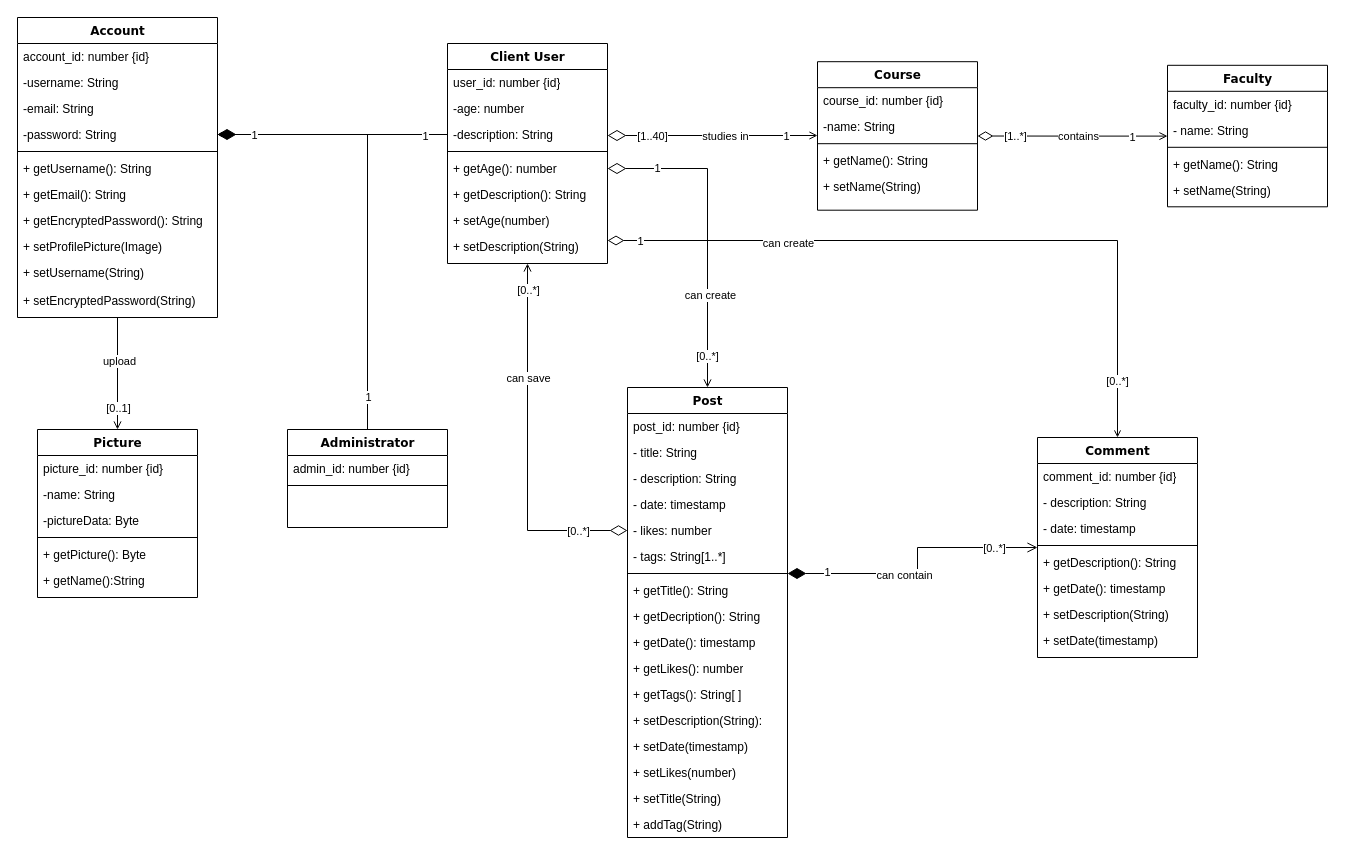
Above: docs/diagrams/crc_diagram.drawio in SE-TINF22B6/DHBWhub (draw.io), before the change. Source tidied: cells renumbered, new cells numbered last; positions are measured from the earlier drawing's top-left corner, leaving out a move shared by most shapes. Both pictures are drawn from the tidied source at 100%, with x=0, y=0 at pixel (17, 17).
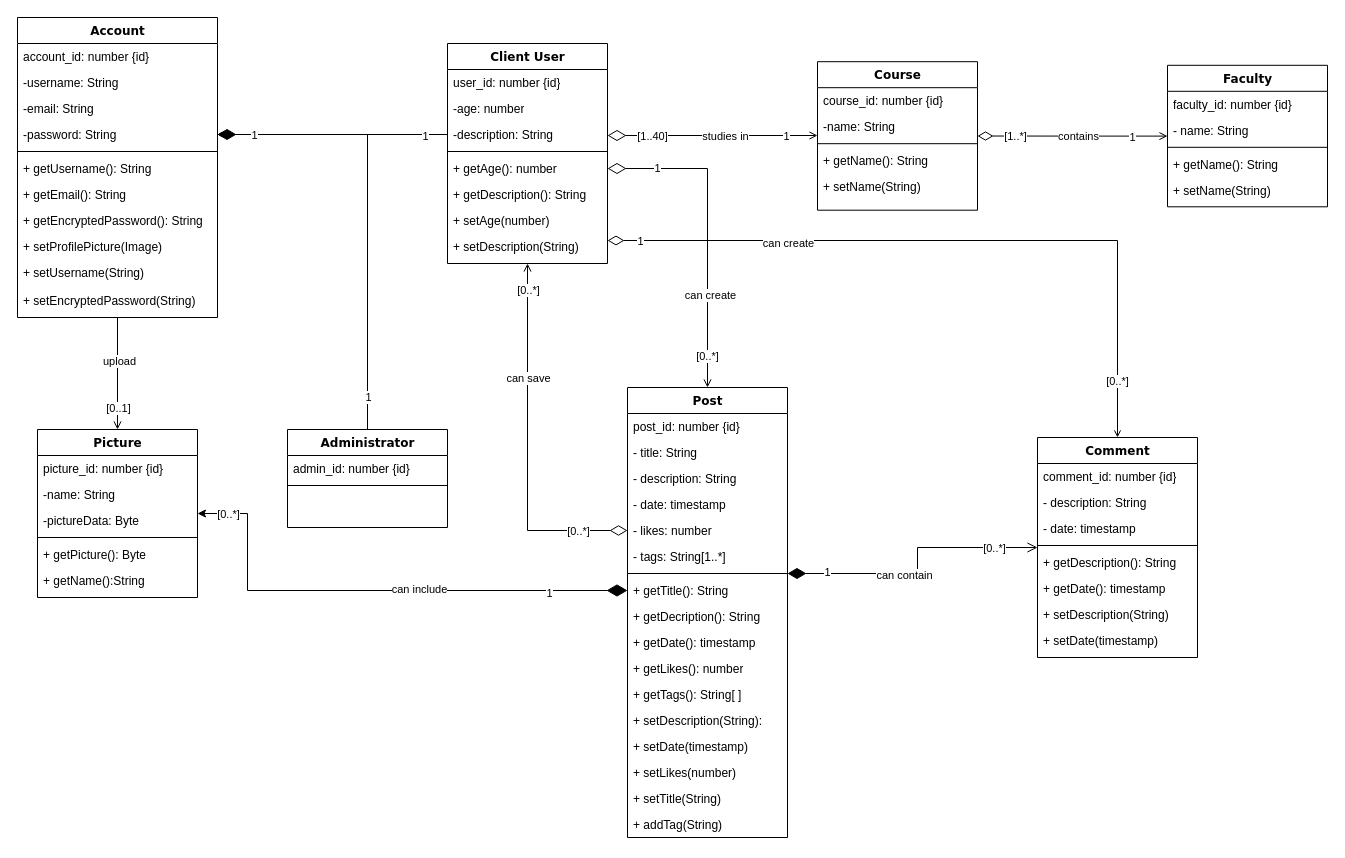
The same page after the edit.

The change refers to these unchanged cells:
```xml
<mxCell id="40" value="Picture" style="swimlane;html=1;fontStyle=1;align=center;verticalAlign=top;horizontal=1;startSize=26;swimlaneFillColor=#ffffff;rounded=0;shadow=0;comic=0;labelBackgroundColor=none;strokeWidth=1;fillColor=none;fontFamily=Verdana;fontSize=12;" parent="1" vertex="1">
  <mxGeometry x="20" y="412" width="160" height="168" as="geometry" />
</mxCell>
<mxCell id="82" value="+ getTitle(): String" style="text;html=1;strokeColor=none;fillColor=none;align=left;verticalAlign=top;spacingLeft=4;spacingRight=4;whiteSpace=wrap;overflow=hidden;points=[[0,0.5],[1,0.5]];portConstraint=eastwest;" parent="74" vertex="1">
  <mxGeometry y="190" width="160" height="26" as="geometry" />
</mxCell>
```

What changed in the source:
```diff
@@
+    <mxCell id="104" style="edgeStyle=orthogonalEdgeStyle;rounded=0;jettySize=auto;html=1;exitX=0;exitY=0.5;exitDx=0;exitDy=0;startArrow=diamondThin;startFill=1;startSize=18;" parent="1" edge="1" source="82" target="40">
+      <mxGeometry relative="1" as="geometry">
+        <Array as="points">
+          <mxPoint x="230" y="573" />
+          <mxPoint x="230" y="496" />
+        </Array>
+      </mxGeometry>
+    </mxCell>
+    <mxCell id="105" value="can include" style="edgeLabel;html=1;align=center;verticalAlign=middle;" parent="104" vertex="1">
+      <mxGeometry x="0.2" y="5" relative="1" as="geometry">
+        <mxPoint x="95" y="-7" as="offset" />
+      </mxGeometry>
+    </mxCell>
+    <mxCell id="106" value="[0..*]" style="edgeLabel;html=1;align=center;verticalAlign=middle;" parent="104" vertex="1">
+      <mxGeometry x="0.88" relative="1" as="geometry" />
+    </mxCell>
+    <mxCell id="107" value="1" style="edgeLabel;html=1;align=center;verticalAlign=middle;" parent="104" vertex="1">
+      <mxGeometry x="-0.69" y="2" relative="1" as="geometry" />
+    </mxCell>
```
